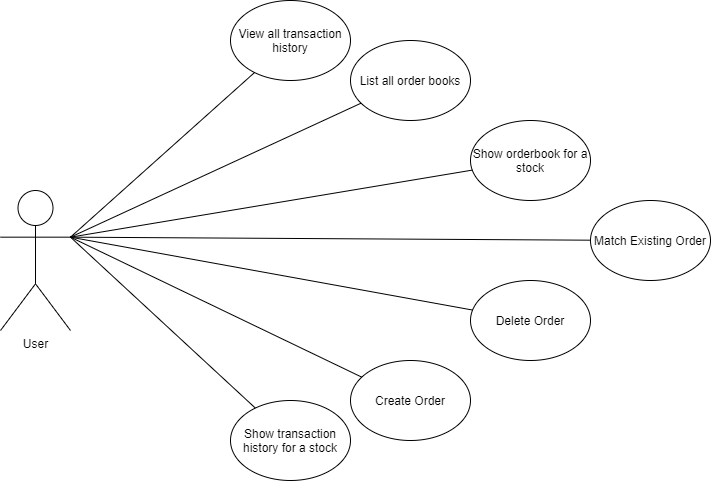
Earlier version of the draw.io export Diagrams/User_Use_View_Diagram_Orderbook.png (RLaraIII/Simple_Orderbook_Application). Source tidied: cells renumbered, new cells last; positions are measured from the earlier drawing's top-left corner, leaving out a move shared by most shapes.
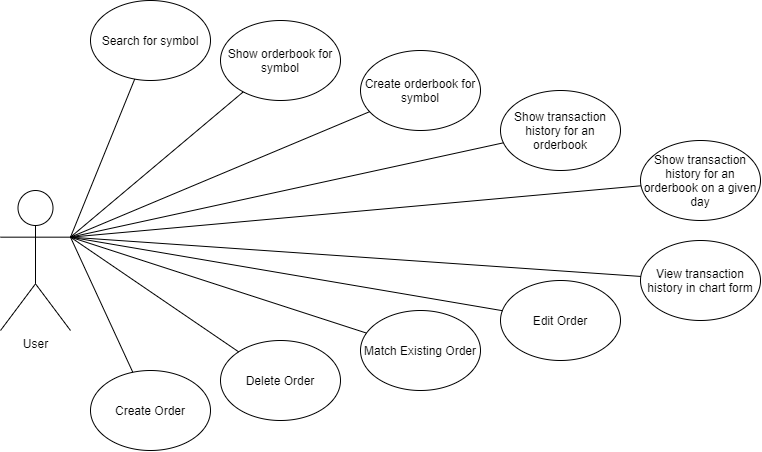
The same file after the commit.

The edit, as a diff of the source:
```diff
@@ -3,49 +3,67 @@
     <mxCell id="0" />
     <mxCell id="1" parent="0" />
     <mxCell id="2" value="User" style="shape=umlActor;verticalLabelPosition=bottom;verticalAlign=top;html=1;outlineConnect=0;" parent="1" vertex="1">
-      <mxGeometry y="190" width="70" height="140" as="geometry" />
+      <mxGeometry x="-10" y="240" width="70" height="140" as="geometry" />
     </mxCell>
-    <mxCell id="3" value="Match Existing Order" style="ellipse;whiteSpace=wrap;html=1;" parent="1" vertex="1">
-      <mxGeometry x="590" y="200" width="120" height="80" as="geometry" />
-    </mxCell>
     <mxCell id="4" value="Delete Order" style="ellipse;whiteSpace=wrap;html=1;" parent="1" vertex="1">
-      <mxGeometry x="470" y="280" width="120" height="80" as="geometry" />
+      <mxGeometry x="210" y="390" width="120" height="80" as="geometry" />
     </mxCell>
-    <mxCell id="5" value="List all order books" style="ellipse;whiteSpace=wrap;html=1;" parent="1" vertex="1">
-      <mxGeometry x="350" y="40" width="120" height="80" as="geometry" />
-    </mxCell>
-    <mxCell id="6" value="Show orderbook for a stock" style="ellipse;whiteSpace=wrap;html=1;" parent="1" vertex="1">
-      <mxGeometry x="470" y="120" width="120" height="80" as="geometry" />
+    <mxCell id="6" value="Show orderbook for symbol" style="ellipse;whiteSpace=wrap;html=1;" parent="1" vertex="1">
+      <mxGeometry x="210" y="70" width="120" height="80" as="geometry" />
     </mxCell>
-    <mxCell id="7" value="Show transaction history for a stock" style="ellipse;whiteSpace=wrap;html=1;" parent="1" vertex="1">
-      <mxGeometry x="230" y="400" width="120" height="80" as="geometry" />
+    <mxCell id="7" value="Show transaction history for an orderbook" style="ellipse;whiteSpace=wrap;html=1;" parent="1" vertex="1">
+      <mxGeometry x="490" y="140" width="120" height="80" as="geometry" />
     </mxCell>
-    <mxCell id="8" style="endArrow=none;html=1;entryX=1;entryY=0.3333333333333333;entryDx=0;entryDy=0;entryPerimeter=0;" parent="1" edge="1" source="5" target="2">
-      <mxGeometry relative="1" as="geometry" />
-    </mxCell>
-    <mxCell id="9" value="View all transaction history" style="ellipse;whiteSpace=wrap;html=1;" parent="1" vertex="1">
-      <mxGeometry x="230" width="120" height="80" as="geometry" />
-    </mxCell>
-    <mxCell id="10" style="endArrow=none;html=1;exitX=1;exitY=0.3333333333333333;exitDx=0;exitDy=0;exitPerimeter=0;" parent="1" edge="1" source="2" target="9">
-      <mxGeometry relative="1" as="geometry" />
-    </mxCell>
+    <mxCell id="15" value="Create Order" style="ellipse;whiteSpace=wrap;html=1;" parent="1" vertex="1">
+      <mxGeometry x="80" y="420" width="120" height="80" as="geometry" />
+    </mxCell>
+    <mxCell id="3" value="Match Existing Order" style="ellipse;whiteSpace=wrap;html=1;" parent="1" vertex="1">
+      <mxGeometry x="350" y="360" width="120" height="80" as="geometry" />
+    </mxCell>
+    <mxCell id="17" value="Create orderbook for symbol" style="ellipse;whiteSpace=wrap;html=1;" parent="1" vertex="1">
+      <mxGeometry x="350" y="100" width="120" height="80" as="geometry" />
+    </mxCell>
+    <mxCell id="18" value="Edit Order" style="ellipse;whiteSpace=wrap;html=1;" parent="1" vertex="1">
+      <mxGeometry x="490" y="330" width="120" height="80" as="geometry" />
+    </mxCell>
+    <mxCell id="19" value="Show transaction history for an orderbook on a given day" style="ellipse;whiteSpace=wrap;html=1;" parent="1" vertex="1">
+      <mxGeometry x="630" y="190" width="120" height="80" as="geometry" />
+    </mxCell>
+    <mxCell id="20" value="View transaction history in chart form" style="ellipse;whiteSpace=wrap;html=1;" parent="1" vertex="1">
+      <mxGeometry x="630" y="290" width="120" height="80" as="geometry" />
+    </mxCell>
+    <mxCell id="21" value="Search for symbol" style="ellipse;whiteSpace=wrap;html=1;" parent="1" vertex="1">
+      <mxGeometry x="80" y="50" width="120" height="80" as="geometry" />
+    </mxCell>
+    <mxCell id="22" style="endArrow=none;html=1;exitX=1;exitY=0.3333333333333333;exitDx=0;exitDy=0;exitPerimeter=0;" parent="1" edge="1" source="2" target="21">
+      <mxGeometry relative="1" as="geometry" />
+    </mxCell>
+    <mxCell id="14" style="endArrow=none;html=1;exitX=1;exitY=0.3333333333333333;exitDx=0;exitDy=0;exitPerimeter=0;" parent="1" edge="1" source="2" target="6">
+      <mxGeometry relative="1" as="geometry" />
+    </mxCell>
+    <mxCell id="23" style="endArrow=none;html=1;exitX=1;exitY=0.3333333333333333;exitDx=0;exitDy=0;exitPerimeter=0;" parent="1" edge="1" source="2" target="19">
+      <mxGeometry relative="1" as="geometry" />
+    </mxCell>
+    <mxCell id="24" style="endArrow=none;html=1;exitX=1;exitY=0.3333333333333333;exitDx=0;exitDy=0;exitPerimeter=0;" parent="1" edge="1" source="2" target="20">
+      <mxGeometry relative="1" as="geometry" />
+    </mxCell>
+    <mxCell id="25" style="endArrow=none;html=1;exitX=1;exitY=0.3333333333333333;exitDx=0;exitDy=0;exitPerimeter=0;" parent="1" edge="1" source="2" target="18">
+      <mxGeometry relative="1" as="geometry" />
+    </mxCell>
+    <mxCell id="13" style="endArrow=none;html=1;exitX=1;exitY=0.3333333333333333;exitDx=0;exitDy=0;exitPerimeter=0;" parent="1" edge="1" source="2" target="3">
+      <mxGeometry relative="1" as="geometry" />
+    </mxCell>
+    <mxCell id="12" style="endArrow=none;html=1;exitX=1;exitY=0.3333333333333333;exitDx=0;exitDy=0;exitPerimeter=0;" parent="1" edge="1" source="2" target="4">
+      <mxGeometry relative="1" as="geometry" />
+    </mxCell>
+    <mxCell id="26" style="endArrow=none;html=1;exitX=1;exitY=0.3333333333333333;exitDx=0;exitDy=0;exitPerimeter=0;" parent="1" edge="1" source="2" target="15">
+      <mxGeometry relative="1" as="geometry" />
+    </mxCell>
+    <mxCell id="27" style="endArrow=none;html=1;exitX=1;exitY=0.3333333333333333;exitDx=0;exitDy=0;exitPerimeter=0;" parent="1" edge="1" source="2" target="17">
+      <mxGeometry relative="1" as="geometry" />
+    </mxCell>
     <mxCell id="11" style="endArrow=none;html=1;entryX=1;entryY=0.3333333333333333;entryDx=0;entryDy=0;entryPerimeter=0;" parent="1" edge="1" source="7" target="2">
       <mxGeometry relative="1" as="geometry" />
     </mxCell>
-    <mxCell id="12" style="endArrow=none;html=1;exitX=1;exitY=0.3333333333333333;exitDx=0;exitDy=0;exitPerimeter=0;" parent="1" edge="1" source="2" target="4">
-      <mxGeometry relative="1" as="geometry" />
-    </mxCell>
-    <mxCell id="13" style="endArrow=none;html=1;exitX=1;exitY=0.3333333333333333;exitDx=0;exitDy=0;exitPerimeter=0;" parent="1" edge="1" source="2" target="3">
-      <mxGeometry relative="1" as="geometry" />
-    </mxCell>
-    <mxCell id="14" style="endArrow=none;html=1;exitX=1;exitY=0.3333333333333333;exitDx=0;exitDy=0;exitPerimeter=0;" parent="1" edge="1" source="2" target="6">
-      <mxGeometry relative="1" as="geometry" />
-    </mxCell>
-    <mxCell id="15" value="Create Order" style="ellipse;whiteSpace=wrap;html=1;" parent="1" vertex="1">
-      <mxGeometry x="350" y="360" width="120" height="80" as="geometry" />
-    </mxCell>
-    <mxCell id="16" style="endArrow=none;html=1;entryX=1;entryY=0.3333333333333333;entryDx=0;entryDy=0;entryPerimeter=0;" parent="1" edge="1" source="15" target="2">
-      <mxGeometry relative="1" as="geometry" />
-    </mxCell>
   </root>
 </mxGraphModel>
```
